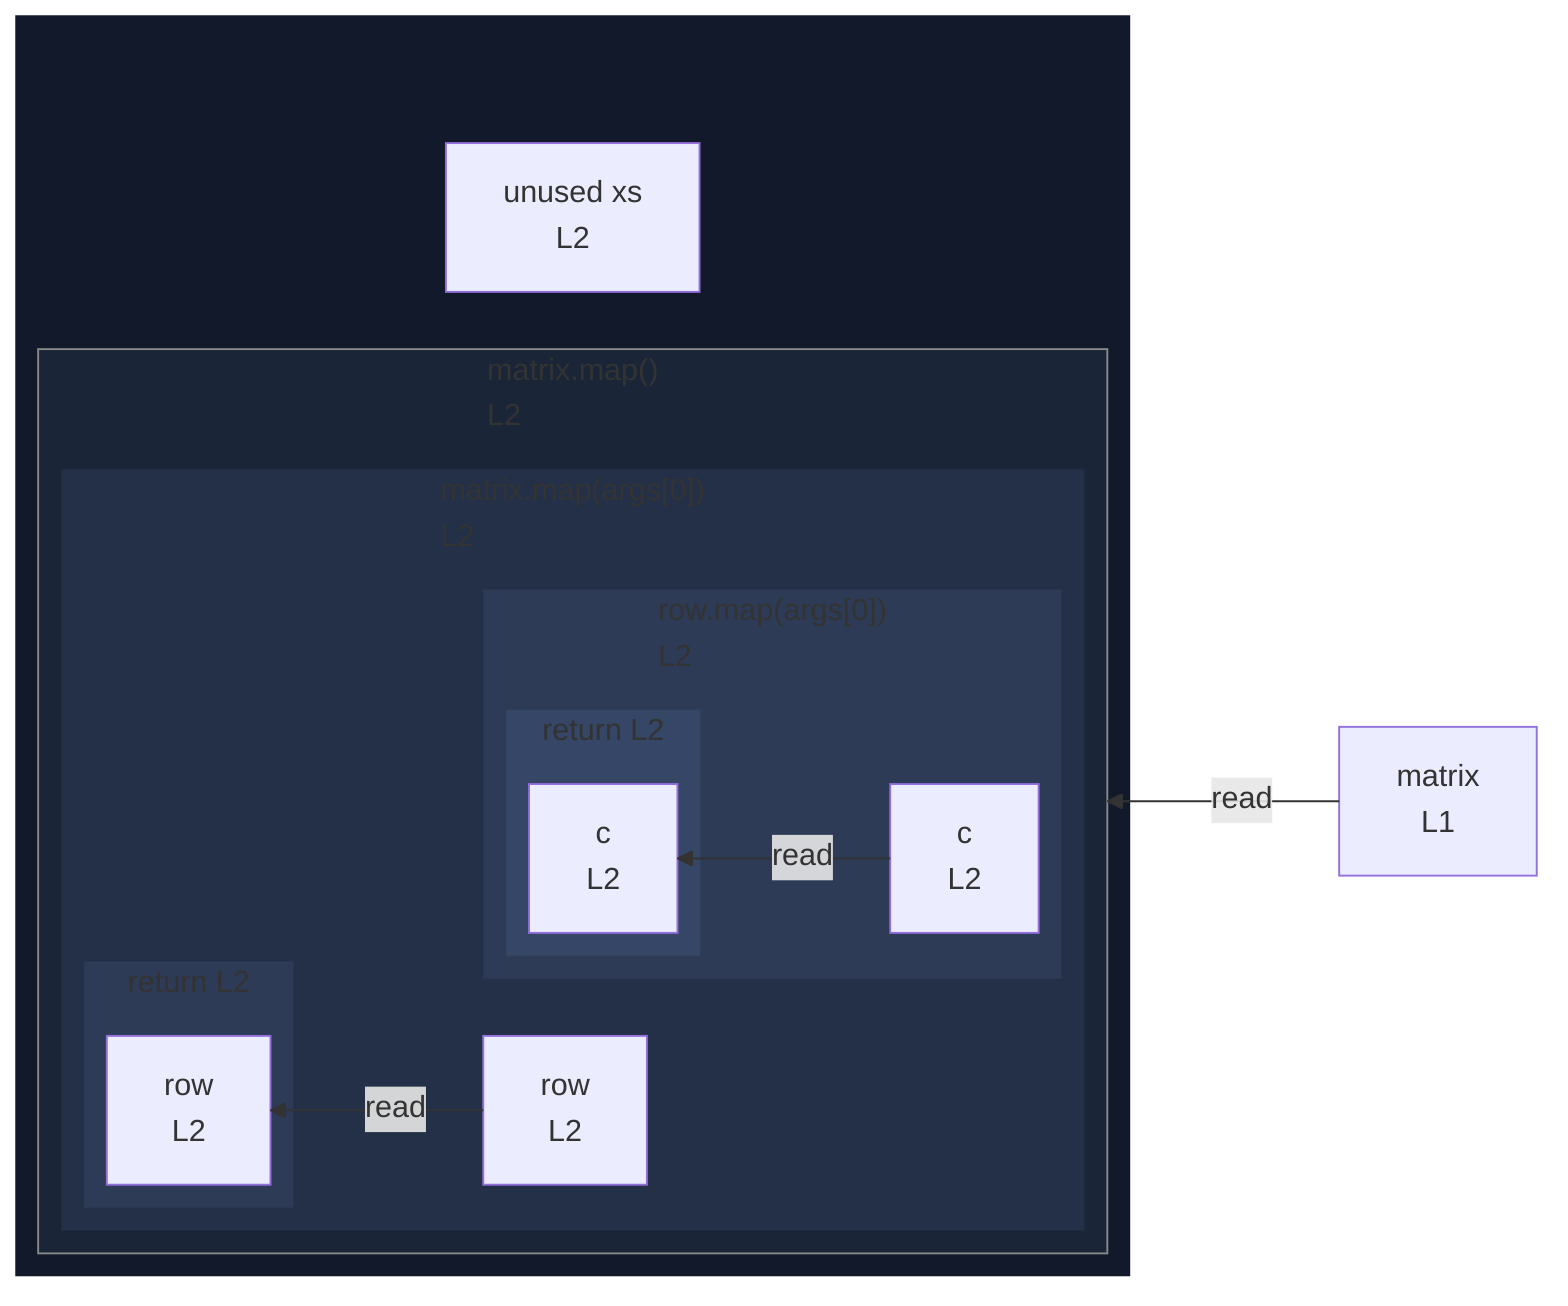
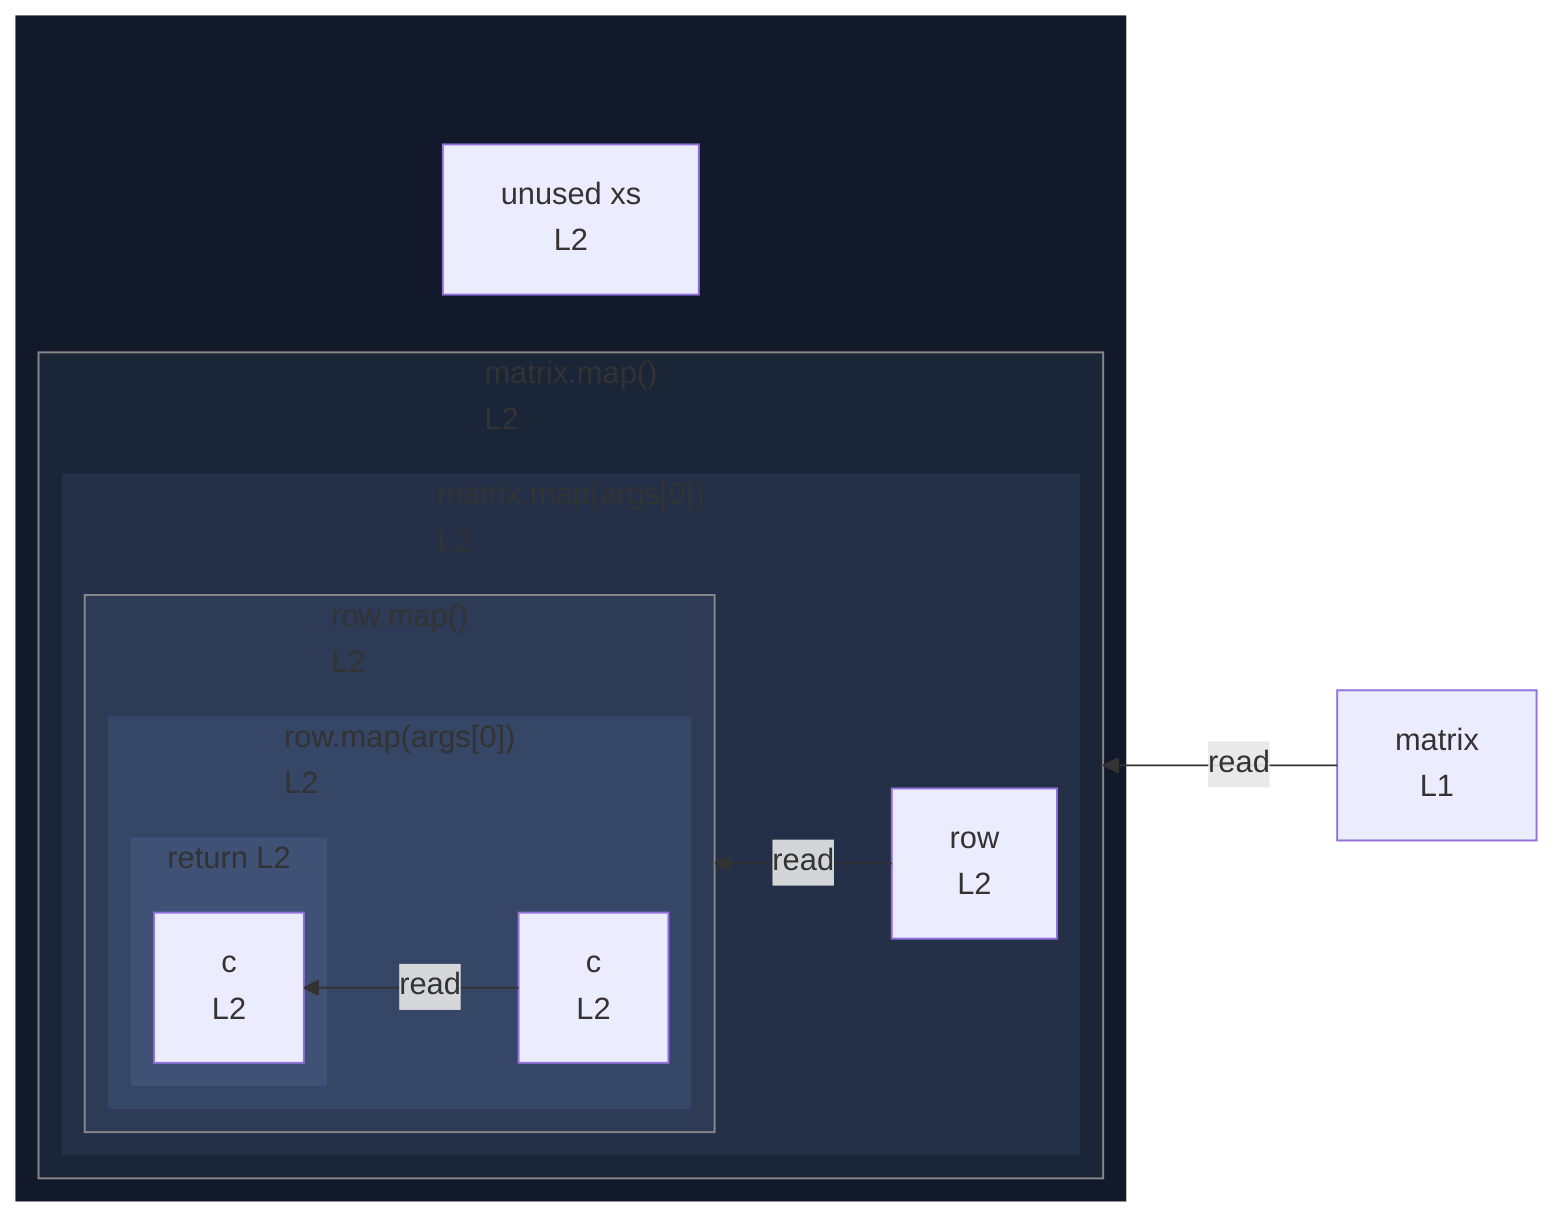
%%{init: {"flowchart": {"defaultRenderer": "elk"}}}%%
flowchart RL
  n_scope_0_matrix_6["matrix<br/>L1"]
  subgraph wrap_call_proxy_44[" "]
    direction TB
    n_scope_0_xs_39["unused xs<br/>L2"]
    subgraph call_proxy_44["matrix.map()<br/>L2"]
      direction RL
      subgraph s_scope_1["matrix.map(args[0])<br/>L2"]
        direction RL
        n_scope_1_row_56["row<br/>L2"]
-         subgraph s_scope_2["row.map(args[0])<br/>L2"]
+         subgraph call_proxy_64["row.map()<br/>L2"]
          direction RL
-           n_scope_2_c_73["c<br/>L2"]
-           subgraph s_return_scope_2_79_84["return L2"]
+           subgraph s_scope_2["row.map(args[0])<br/>L2"]
            direction RL
-             ret_use_ref_4["c<br/>L2"]
+             n_scope_2_c_73["c<br/>L2"]
+             subgraph s_return_scope_2_79_84["return L2"]
+               direction RL
+               ret_use_ref_4["c<br/>L2"]
+             end
          end
-         end
-         subgraph s_return_scope_1_64_85["return L2"]
-           direction RL
-           ret_use_ref_3["row<br/>L2"]
        end
      end
    end
  end
  n_scope_0_matrix_6 -->|read| call_proxy_44
-   n_scope_1_row_56 -->|read| ret_use_ref_3
+   n_scope_1_row_56 -->|read| call_proxy_64
  n_scope_2_c_73 -->|read| ret_use_ref_4
  classDef nestL1 fill:#11192a,stroke:transparent;
  class wrap_call_proxy_44 nestL1;
  classDef nestL2 fill:#1a2538,stroke:transparent;
  class call_proxy_44 nestL2;
  classDef nestL3 fill:#243047,stroke:transparent;
  class s_scope_1 nestL3;
  classDef nestL4 fill:#2d3b57,stroke:transparent;
-   class s_scope_2 nestL4;
-   class s_return_scope_1_64_85 nestL4;
+   class call_proxy_64 nestL4;
  classDef nestL5 fill:#364666,stroke:transparent;
-   class s_return_scope_2_79_84 nestL5;
+   class s_scope_2 nestL5;
+   classDef nestL6 fill:#3f5175,stroke:transparent;
+   class s_return_scope_2_79_84 nestL6;
  classDef edgeTargetSubgraph stroke:#888;
  class call_proxy_44 edgeTargetSubgraph;
+   class call_proxy_64 edgeTargetSubgraph;
